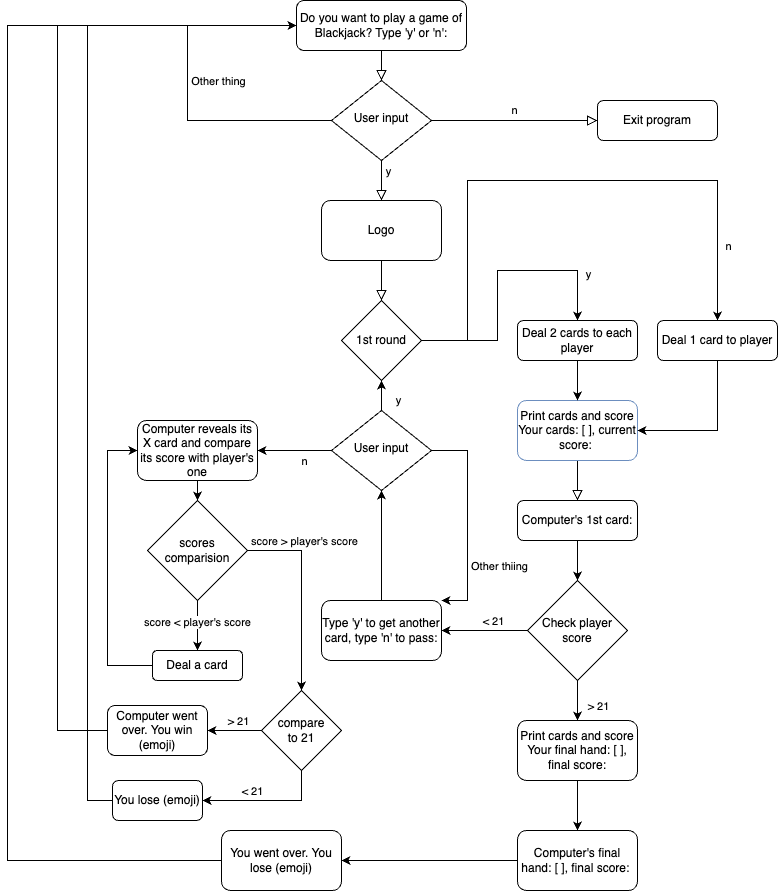
Veregorn/Console-Blackjack keeps this draw.io diagram as blackjack.drawio.png. Above is the earlier version. Source tidied: cells renumbered, new cells last; positions are measured from the earlier drawing's top-left corner, leaving out a move shared by most shapes.
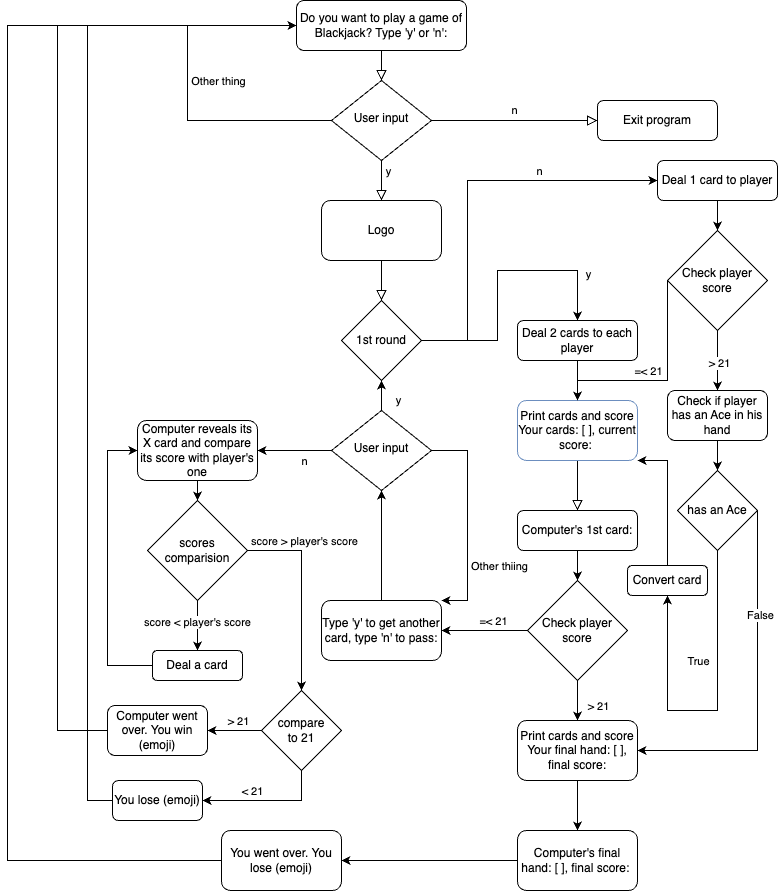
After the commit.

Commit message:
Flow chart updated

The edit, as a diff of the source:
```diff
@@ -32,7 +32,7 @@
       <mxGeometry y="10" relative="1" as="geometry" />
     </mxCell>
     <mxCell id="11" value="Computer's 1st card:" style="rounded=1;whiteSpace=wrap;html=1;fontSize=12;glass=0;strokeWidth=1;shadow=0;" parent="1" vertex="1">
-      <mxGeometry x="510" y="500" width="120" height="40" as="geometry" />
+      <mxGeometry x="510" y="510" width="120" height="40" as="geometry" />
     </mxCell>
     <mxCell id="12" value="Deal 2 cards to each player" style="rounded=1;whiteSpace=wrap;html=1;fontSize=12;glass=0;strokeWidth=1;shadow=0;" parent="1" vertex="1">
       <mxGeometry x="510" y="320" width="120" height="40" as="geometry" />
@@ -80,14 +80,10 @@
       </mxGeometry>
     </mxCell>
     <mxCell id="24" value="Deal 1 card to player" style="rounded=1;whiteSpace=wrap;html=1;fontSize=12;glass=0;strokeWidth=1;shadow=0;" parent="1" vertex="1">
-      <mxGeometry x="650" y="320" width="120" height="40" as="geometry" />
+      <mxGeometry x="650" y="160" width="120" height="40" as="geometry" />
     </mxCell>
-    <mxCell id="25" style="endArrow=classic;html=1;rounded=0;exitX=0.5;exitY=1;exitDx=0;exitDy=0;entryX=1;entryY=0.5;entryDx=0;entryDy=0;" parent="1" edge="1" source="24" target="17">
-      <mxGeometry relative="1" as="geometry">
-        <Array as="points">
-          <mxPoint x="710" y="430" />
-        </Array>
-      </mxGeometry>
+    <mxCell id="25" style="endArrow=classic;html=1;rounded=0;exitX=0.5;exitY=1;exitDx=0;exitDy=0;entryX=0.5;entryY=0;entryDx=0;entryDy=0;" parent="1" edge="1" source="24" target="64">
+      <mxGeometry relative="1" as="geometry" />
     </mxCell>
     <mxCell id="26" value="Check player score" style="rhombus;whiteSpace=wrap;html=1;" parent="1" vertex="1">
       <mxGeometry x="520" y="580" width="100" height="100" as="geometry" />
@@ -95,7 +91,7 @@
     <mxCell id="27" style="endArrow=classic;html=1;rounded=0;exitX=0;exitY=0.5;exitDx=0;exitDy=0;entryX=1;entryY=0.5;entryDx=0;entryDy=0;" parent="1" edge="1" source="26" target="19">
       <mxGeometry relative="1" as="geometry" />
     </mxCell>
-    <mxCell id="28" value="&amp;lt; 21" style="edgeLabel;html=1;align=center;verticalAlign=middle;" parent="27" vertex="1">
+    <mxCell id="28" value="=&amp;lt; 21" style="edgeLabel;html=1;align=center;verticalAlign=middle;" parent="27" vertex="1">
       <mxGeometry x="-0.54" y="2" relative="1" as="geometry">
         <mxPoint x="-15" y="-12" as="offset" />
       </mxGeometry>
@@ -117,18 +113,18 @@
         <mxPoint x="9" as="offset" />
       </mxGeometry>
     </mxCell>
-    <mxCell id="32" style="endArrow=classic;html=1;rounded=0;entryX=0.5;entryY=0;entryDx=0;entryDy=0;exitX=1;exitY=0.5;exitDx=0;exitDy=0;" parent="1" edge="1" source="16" target="24">
+    <mxCell id="32" style="endArrow=classic;html=1;rounded=0;exitX=1;exitY=0.5;exitDx=0;exitDy=0;" parent="1" edge="1" source="16">
       <mxGeometry relative="1" as="geometry">
+        <mxPoint x="650" y="180" as="targetPoint" />
         <Array as="points">
           <mxPoint x="460" y="340" />
           <mxPoint x="460" y="180" />
-          <mxPoint x="710" y="180" />
         </Array>
       </mxGeometry>
     </mxCell>
     <mxCell id="33" value="n" style="edgeLabel;html=1;align=center;verticalAlign=middle;" parent="32" vertex="1">
       <mxGeometry x="0.76" relative="1" as="geometry">
-        <mxPoint x="10" y="-3" as="offset" />
+        <mxPoint x="-71" y="-10" as="offset" />
       </mxGeometry>
     </mxCell>
     <mxCell id="34" style="endArrow=classic;html=1;rounded=0;entryX=1;entryY=0;entryDx=0;entryDy=0;exitX=1;exitY=0.5;exitDx=0;exitDy=0;" parent="1" edge="1" source="21" target="19">
@@ -269,5 +265,72 @@
         <mxPoint x="4" y="-10" as="offset" />
       </mxGeometry>
     </mxCell>
+    <mxCell id="64" value="Check player score" style="rhombus;whiteSpace=wrap;html=1;" parent="1" vertex="1">
+      <mxGeometry x="660" y="230" width="100" height="100" as="geometry" />
+    </mxCell>
+    <mxCell id="65" style="endArrow=classic;html=1;rounded=0;entryX=0.5;entryY=0;entryDx=0;entryDy=0;exitX=0;exitY=0.5;exitDx=0;exitDy=0;" parent="1" edge="1" source="64" target="17">
+      <mxGeometry relative="1" as="geometry">
+        <Array as="points">
+          <mxPoint x="660" y="380" />
+          <mxPoint x="570" y="380" />
+        </Array>
+      </mxGeometry>
+    </mxCell>
+    <mxCell id="66" value="=&amp;lt; 21" style="edgeLabel;html=1;align=center;verticalAlign=middle;" parent="65" vertex="1">
+      <mxGeometry x="-0.11" y="-1" relative="1" as="geometry">
+        <mxPoint x="-19" y="-3" as="offset" />
+      </mxGeometry>
+    </mxCell>
+    <mxCell id="67" style="endArrow=classic;html=1;rounded=0;exitX=0.5;exitY=1;exitDx=0;exitDy=0;entryX=0.5;entryY=0;entryDx=0;entryDy=0;" parent="1" edge="1" source="64" target="69">
+      <mxGeometry relative="1" as="geometry" />
+    </mxCell>
+    <mxCell id="68" value="&amp;gt; 21" style="edgeLabel;html=1;align=center;verticalAlign=middle;" parent="67" vertex="1">
+      <mxGeometry x="0.07" y="1" relative="1" as="geometry" />
+    </mxCell>
+    <mxCell id="69" value="Check if player has an Ace in his hand" style="rounded=1;whiteSpace=wrap;html=1;" parent="1" vertex="1">
+      <mxGeometry x="660" y="390" width="100" height="50" as="geometry" />
+    </mxCell>
+    <mxCell id="70" value="has an Ace" style="rhombus;whiteSpace=wrap;html=1;" parent="1" vertex="1">
+      <mxGeometry x="670" y="470" width="80" height="80" as="geometry" />
+    </mxCell>
+    <mxCell id="71" style="endArrow=classic;html=1;rounded=0;exitX=0.5;exitY=1;exitDx=0;exitDy=0;entryX=0.5;entryY=0;entryDx=0;entryDy=0;" parent="1" edge="1" source="69" target="70">
+      <mxGeometry relative="1" as="geometry" />
+    </mxCell>
+    <mxCell id="72" style="endArrow=classic;html=1;rounded=0;exitX=1;exitY=0.5;exitDx=0;exitDy=0;entryX=1;entryY=0.5;entryDx=0;entryDy=0;" parent="1" edge="1" source="70" target="40">
+      <mxGeometry relative="1" as="geometry">
+        <Array as="points">
+          <mxPoint x="750" y="750" />
+          <mxPoint x="650" y="750" />
+        </Array>
+      </mxGeometry>
+    </mxCell>
+    <mxCell id="73" value="False" style="edgeLabel;html=1;align=center;verticalAlign=middle;" parent="72" vertex="1">
+      <mxGeometry x="-0.35" y="3" relative="1" as="geometry">
+        <mxPoint x="-1" y="-13" as="offset" />
+      </mxGeometry>
+    </mxCell>
+    <mxCell id="74" value="Convert card" style="rounded=1;whiteSpace=wrap;html=1;" parent="1" vertex="1">
+      <mxGeometry x="620" y="565" width="80" height="30" as="geometry" />
+    </mxCell>
+    <mxCell id="75" style="endArrow=classic;html=1;rounded=0;entryX=0.5;entryY=1;entryDx=0;entryDy=0;exitX=0.5;exitY=1;exitDx=0;exitDy=0;" parent="1" edge="1" source="70" target="74">
+      <mxGeometry relative="1" as="geometry">
+        <Array as="points">
+          <mxPoint x="710" y="710" />
+          <mxPoint x="660" y="710" />
+        </Array>
+      </mxGeometry>
+    </mxCell>
+    <mxCell id="76" value="True" style="edgeLabel;html=1;align=center;verticalAlign=middle;" parent="75" vertex="1">
+      <mxGeometry x="0.09" y="3" relative="1" as="geometry">
+        <mxPoint x="-3" y="-53" as="offset" />
+      </mxGeometry>
+    </mxCell>
+    <mxCell id="77" style="endArrow=classic;html=1;rounded=0;exitX=0.5;exitY=0;exitDx=0;exitDy=0;entryX=1;entryY=1;entryDx=0;entryDy=0;" parent="1" edge="1" source="74" target="17">
+      <mxGeometry relative="1" as="geometry">
+        <Array as="points">
+          <mxPoint x="660" y="460" />
+        </Array>
+      </mxGeometry>
+    </mxCell>
   </root>
 </mxGraphModel>
```
